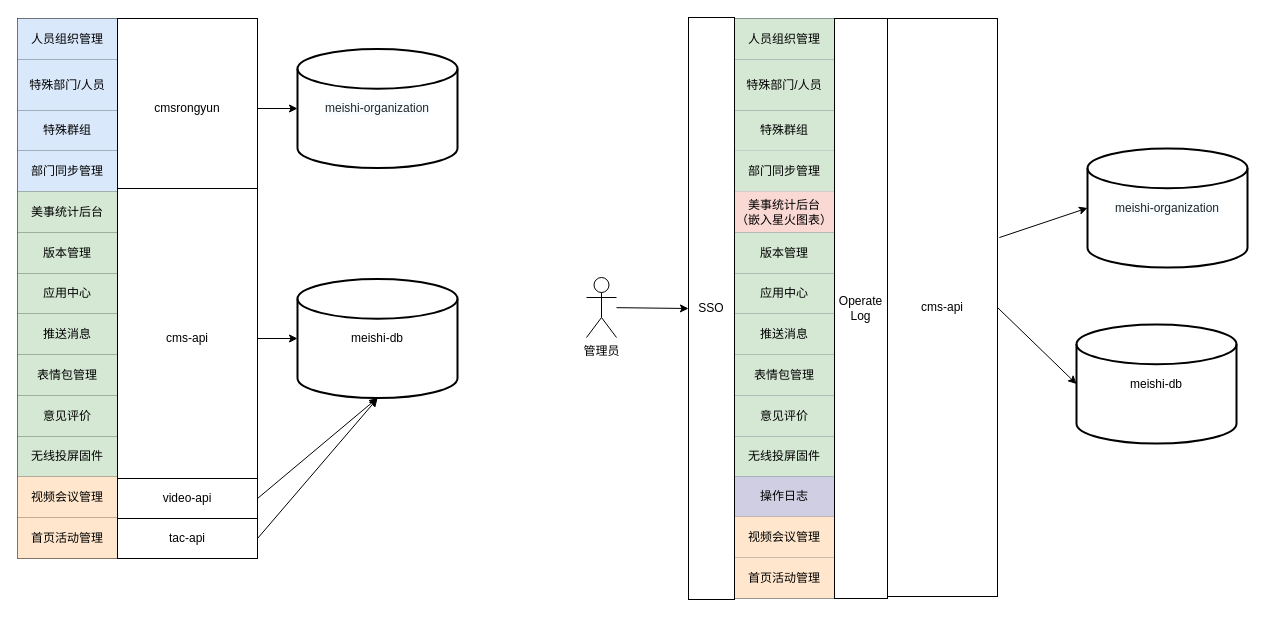
Before: cmsjiagou.drawio in nullbull/uml, a draw.io diagram. Source tidied: cells renumbered, new cells numbered last; positions are measured from the earlier drawing's top-left corner, leaving out a move shared by most shapes. Both pictures are drawn from the tidied source at 100%, with x=0, y=0 at pixel (17, 17).
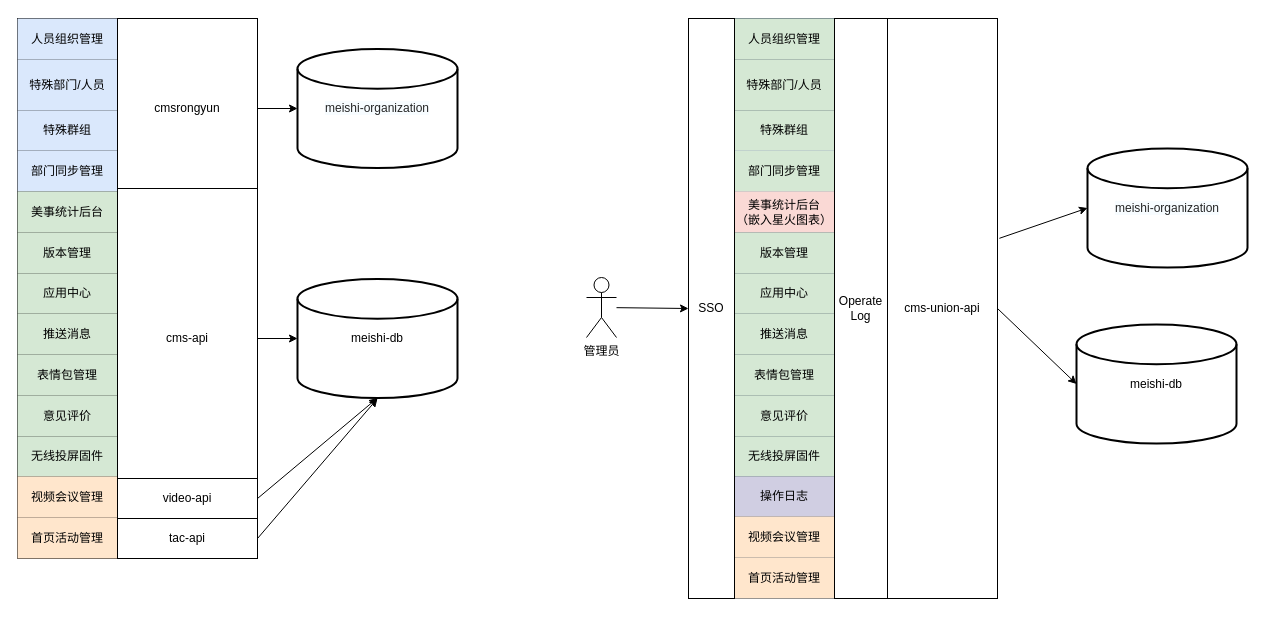
Above is the later version.

What changed in the source:
```diff
@@
-    <mxCell id="73" value="cms-api" style="rounded=0;whiteSpace=wrap;html=1;" parent="1" vertex="1">
-      <mxGeometry x="870" y="1" width="110" height="578" as="geometry" />
+    <mxCell id="73" value="cms-union-api" style="rounded=0;whiteSpace=wrap;html=1;" parent="1" vertex="1">
+      <mxGeometry x="870" y="1" width="110" height="580" as="geometry" />
     </mxCell>
@@
     <mxCell id="76" value="SSO" style="rounded=0;whiteSpace=wrap;html=1;" parent="1" vertex="1">
-      <mxGeometry x="671" width="46" height="582" as="geometry" />
+      <mxGeometry x="671" y="1" width="46" height="580" as="geometry" />
     </mxCell>
```
